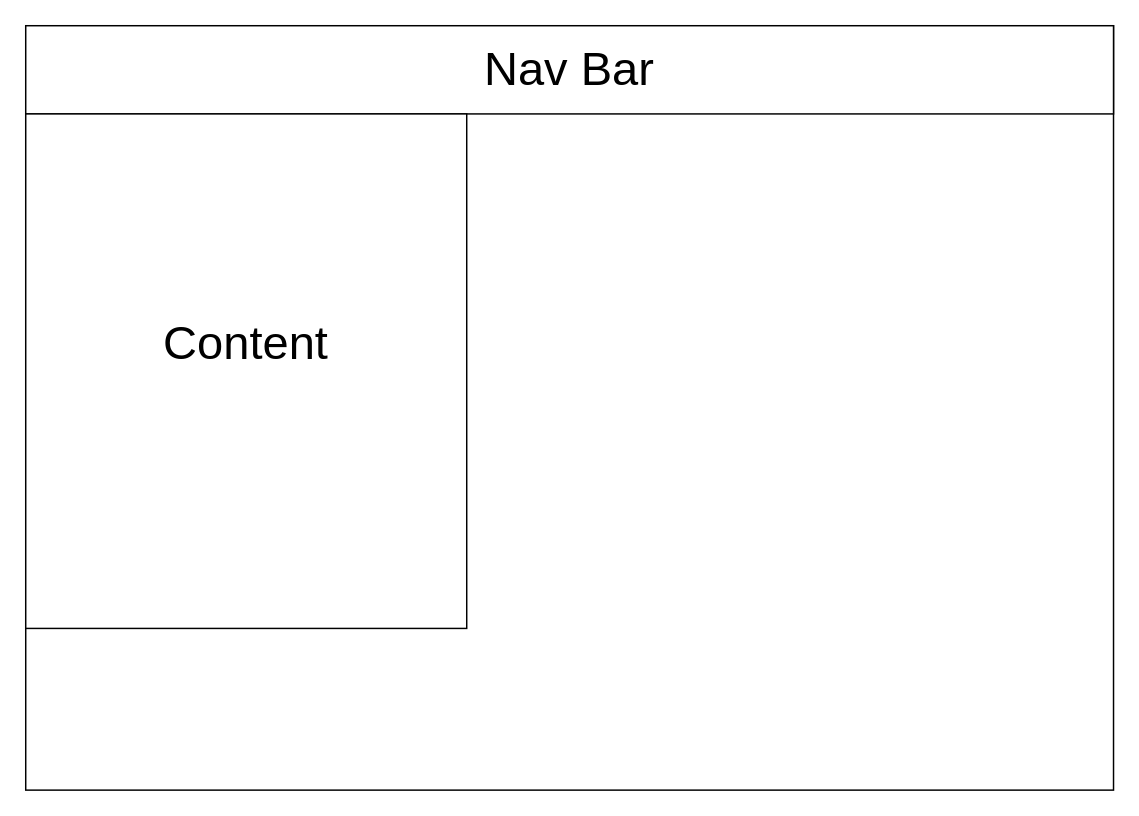
Above: Untitled Diagram.drawio in Sanidhya0077/MyPortfolio (draw.io), before the change. Source tidied: cells renumbered, new cells numbered last; positions are measured from the earlier drawing's top-left corner, leaving out a move shared by most shapes. Both pictures are drawn from the tidied source at 147%, with x=0, y=0 at pixel (25, 25).
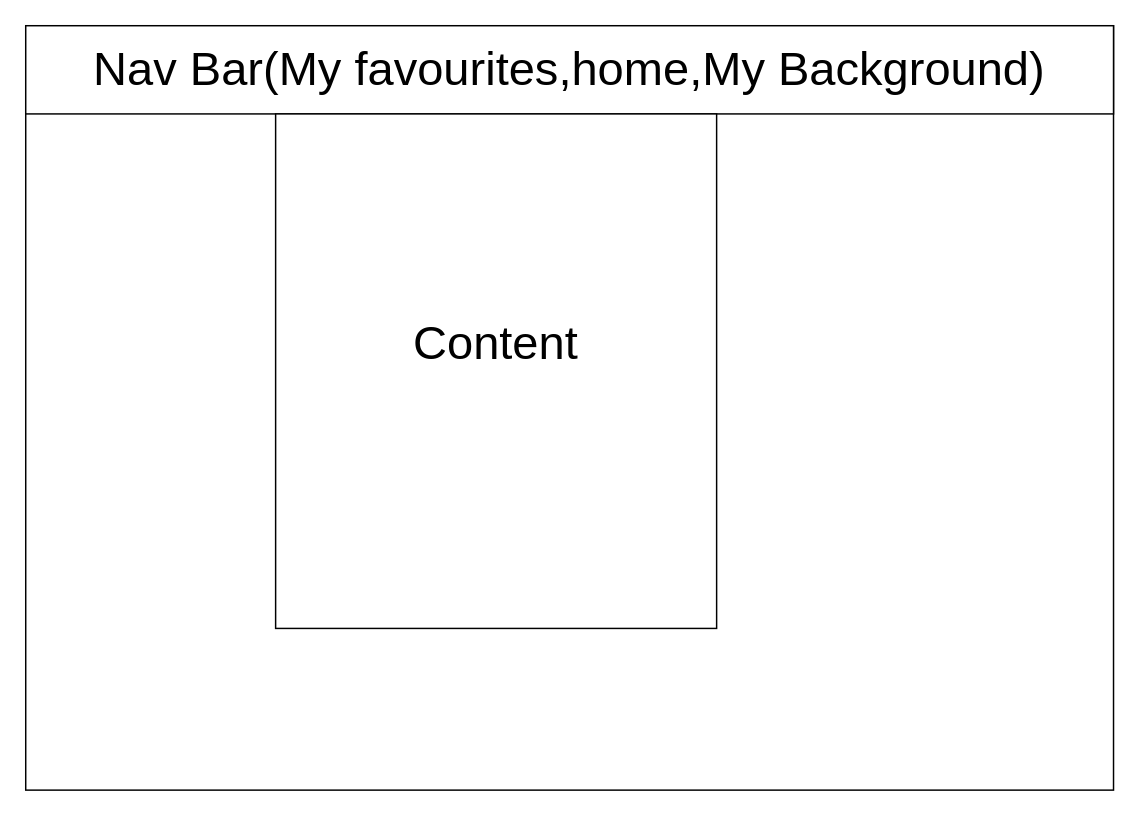
Above is the later version.

Commit message:
added contents to the homepage

The edit, as a diff of the source:
```diff
@@
 <mxGraphModel>
   <root>
     <mxCell id="0" />
     <mxCell id="1" parent="0" />
     <mxCell id="2" style="rounded=0;whiteSpace=wrap;html=1;" parent="1" vertex="1">
       <mxGeometry width="740" height="520" as="geometry" />
     </mxCell>
-    <mxCell id="3" value="&lt;font style=&quot;font-size: 32px;&quot;&gt;Nav Bar&lt;/font&gt;" style="rounded=0;whiteSpace=wrap;html=1;" parent="1" vertex="1">
+    <mxCell id="3" value="&lt;font style=&quot;font-size: 32px;&quot;&gt;Nav Bar(My favourites,home,My Background)&lt;/font&gt;" style="rounded=0;whiteSpace=wrap;html=1;" parent="1" vertex="1">
       <mxGeometry width="740" height="60" as="geometry" />
     </mxCell>
     <mxCell id="4" value="&lt;div&gt;Content&lt;/div&gt;&lt;div&gt;&lt;br&gt;&lt;/div&gt;" style="rounded=0;whiteSpace=wrap;html=1;fontSize=32;" parent="1" vertex="1">
-      <mxGeometry y="60" width="300" height="350" as="geometry" />
+      <mxGeometry x="170" y="60" width="300" height="350" as="geometry" />
     </mxCell>
   </root>
 </mxGraphModel>
```
